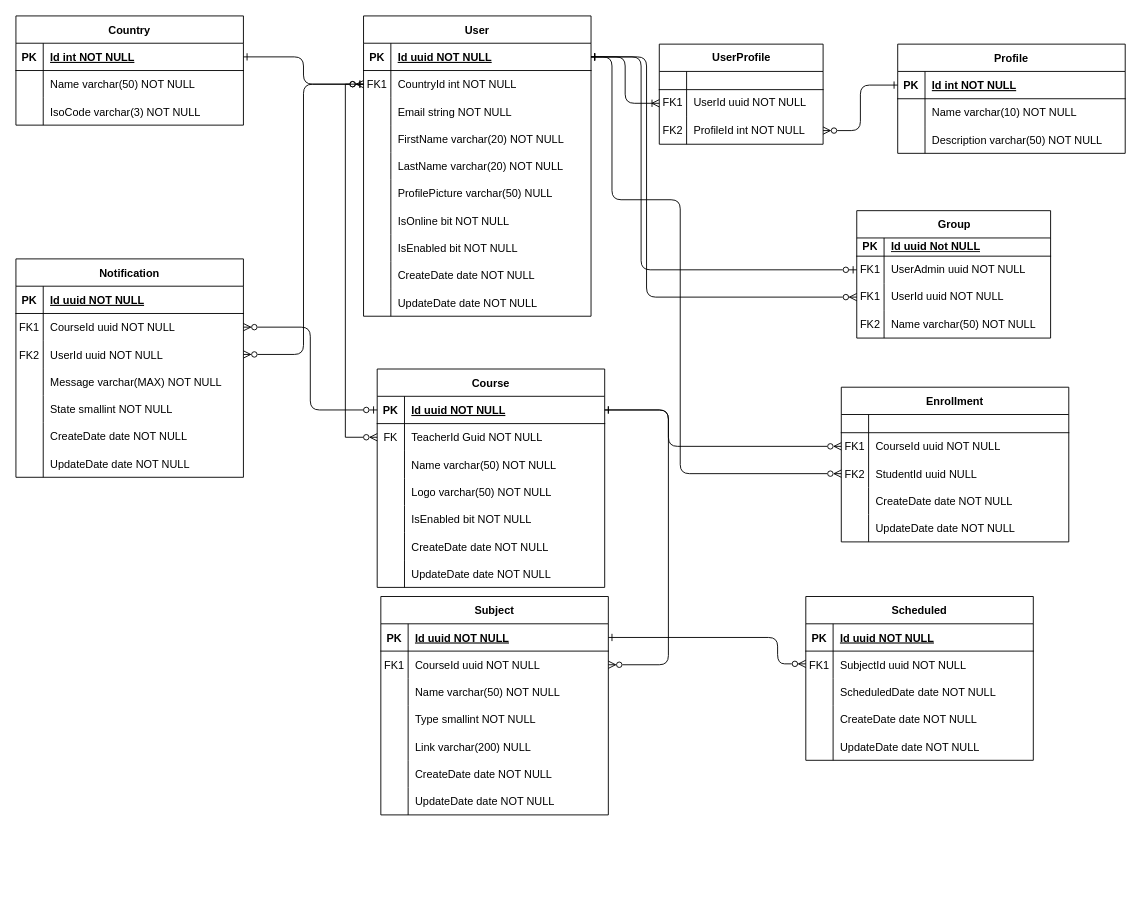
Earlier version of the draw.io diagram StudyFlow Entidad-Relacion.drawio (Jomprate/StudyFlow). Source tidied: cells renumbered, new cells numbered last; positions are measured from the earlier drawing's top-left corner, leaving out a move shared by most shapes. Both pictures are drawn from the tidied source at 91%, with x=0, y=0 at pixel (15, 15).
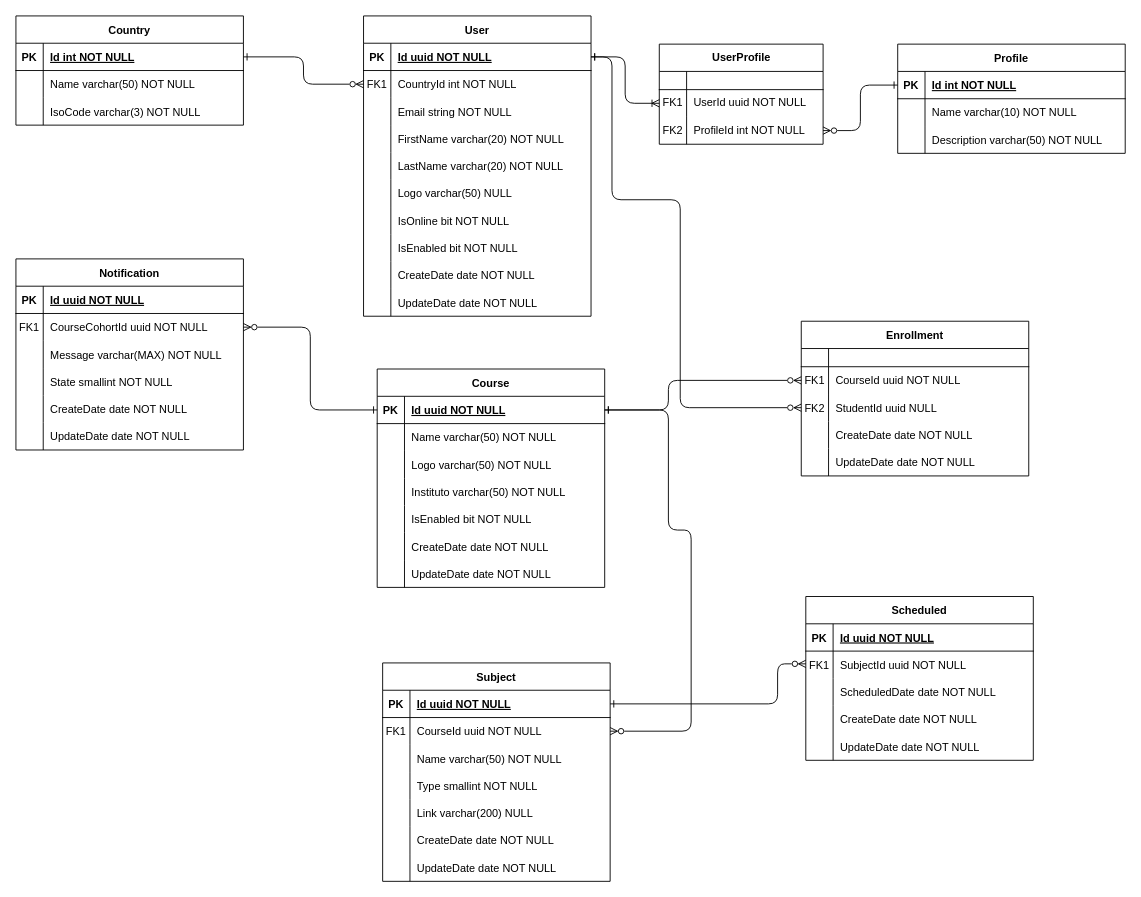
The same page after the edit.

The change refers to these unchanged cells:
```xml
<mxCell id="3" style="shape=partialRectangle;fillColor=none;points=[[0,0.5],[1,0.5]];portConstraint=eastwest;top=0;left=0;right=0;bottom=1;rounded=0;" parent="2" vertex="1">
  <mxGeometry y="30" width="250" height="30" as="geometry" />
</mxCell>
<mxCell id="6" style="shape=partialRectangle;fillColor=none;points=[[0,0.5],[1,0.5]];portConstraint=eastwest;top=0;left=0;right=0;bottom=0;rounded=0;" parent="2" vertex="1">
  <mxGeometry y="60" width="250" height="30" as="geometry" />
</mxCell>
<mxCell id="18" style="shape=partialRectangle;fillColor=none;top=0;left=0;right=0;bottom=0;rounded=0;" parent="2" vertex="1">
  <mxGeometry y="180" width="250" height="30" as="geometry" />
</mxCell>
<mxCell id="47" style="shape=partialRectangle;fillColor=none;points=[[0,0.5],[1,0.5]];portConstraint=eastwest;top=0;left=0;right=0;bottom=0;rounded=0;" parent="43" vertex="1">
  <mxGeometry y="50" width="250" height="30" as="geometry" />
</mxCell>
<mxCell id="50" style="shape=partialRectangle;fillColor=none;points=[[0,0.5],[1,0.5]];portConstraint=eastwest;top=0;left=0;right=0;bottom=0;rounded=0;" parent="43" vertex="1">
  <mxGeometry y="80" width="250" height="30" as="geometry" />
</mxCell>
<mxCell id="60" style="shape=partialRectangle;fillColor=none;points=[[0,0.5],[1,0.5]];portConstraint=eastwest;top=0;left=0;right=0;bottom=1;rounded=0;" parent="59" vertex="1">
  <mxGeometry y="30" width="250" height="30" as="geometry" />
</mxCell>
<mxCell id="63" style="shape=partialRectangle;fillColor=none;points=[[0,0.5],[1,0.5]];portConstraint=eastwest;top=0;left=0;right=0;bottom=0;rounded=0;" parent="59" vertex="1">
  <mxGeometry y="60" width="250" height="30" as="geometry" />
</mxCell>
<mxCell id="85" style="shape=partialRectangle;fillColor=none;points=[[0,0.5],[1,0.5]];portConstraint=eastwest;top=0;left=0;right=0;bottom=0;rounded=0;" parent="81" vertex="1">
  <mxGeometry y="60" width="250" height="30" as="geometry" />
</mxCell>
<mxCell id="97" style="group;rounded=0;" parent="1" vertex="1">
  <mxGeometry y="267" width="250" height="190" as="geometry" />
</mxCell>
<mxCell id="102" style="shape=partialRectangle;fillColor=none;points=[[0,0.5],[1,0.5]];portConstraint=eastwest;top=0;left=0;right=0;bottom=0;rounded=0;" parent="98" vertex="1">
  <mxGeometry y="60" width="250" height="30" as="geometry" />
</mxCell>
<mxCell id="132" value="Course" style="shape=table;startSize=30;childLayout=tableLayout;rowLines=0;fontStyle=1;align=center;rounded=0;" parent="1" vertex="1">
  <mxGeometry x="397" y="388" width="250" height="240" as="geometry" />
</mxCell>
<mxCell id="133" style="shape=partialRectangle;fillColor=none;points=[[0,0.5],[1,0.5]];portConstraint=eastwest;top=0;left=0;right=0;bottom=1;rounded=0;" parent="132" vertex="1">
  <mxGeometry y="30" width="250" height="30" as="geometry" />
</mxCell>
<mxCell id="136" style="shape=partialRectangle;fillColor=none;points=[[0,0.5],[1,0.5]];portConstraint=eastwest;top=0;left=0;right=0;bottom=0;rounded=0;" parent="132" vertex="1">
  <mxGeometry y="60" width="250" height="30" as="geometry" />
</mxCell>
```

The edit, as a diff of the source:
```diff
@@
-    <mxCell id="20" value="ProfilePicture varchar(50) NULL" style="shape=partialRectangle;overflow=hidden;fillColor=none;top=0;left=0;bottom=0;right=0;align=left;spacingLeft=6;rounded=0;" parent="18" vertex="1">
+    <mxCell id="20" value="Logo varchar(50) NULL" style="shape=partialRectangle;overflow=hidden;fillColor=none;top=0;left=0;bottom=0;right=0;align=left;spacingLeft=6;rounded=0;" parent="18" vertex="1">
       <mxGeometry x="30" width="220" height="30" as="geometry" />
     </mxCell>
@@
     <mxCell id="43" value="Enrollment" style="shape=table;startSize=30;childLayout=tableLayout;rowLines=0;fontStyle=1;align=center;rounded=0;" parent="1" vertex="1">
-      <mxGeometry x="907" y="408" width="250" height="170" as="geometry" />
+      <mxGeometry x="863" y="335.5" width="250" height="170" as="geometry" />
     </mxCell>
@@
     <mxCell id="59" value="Subject" style="shape=table;startSize=30;childLayout=tableLayout;rowLines=0;fontStyle=1;align=center;rounded=0;" parent="1" vertex="1">
-      <mxGeometry x="401" y="638" width="250" height="240" as="geometry" />
+      <mxGeometry x="403" y="711" width="250" height="240" as="geometry" />
     </mxCell>
@@
     <mxCell id="98" value="Notification" style="shape=table;startSize=30;childLayout=tableLayout;rowLines=0;fontStyle=1;align=center;rounded=0;" parent="97" vertex="1">
-      <mxGeometry width="250" height="240" as="geometry" />
+      <mxGeometry width="250" height="210" as="geometry" />
     </mxCell>
@@
-    <mxCell id="104" value="CourseId uuid NOT NULL" style="shape=partialRectangle;overflow=hidden;fillColor=none;top=0;left=0;bottom=0;right=0;align=left;spacingLeft=6;rounded=0;" parent="102" vertex="1">
+    <mxCell id="104" value="CourseCohortId uuid NOT NULL" style="shape=partialRectangle;overflow=hidden;fillColor=none;top=0;left=0;bottom=0;right=0;align=left;spacingLeft=6;rounded=0;" parent="102" vertex="1">
       <mxGeometry x="30" width="220" height="30" as="geometry" />
     </mxCell>
-    <mxCell id="105" style="shape=partialRectangle;fillColor=none;points=[[0,0.5],[1,0.5]];portConstraint=eastwest;top=0;left=0;right=0;bottom=0;rounded=0;" parent="98" vertex="1">
-      <mxGeometry y="90" width="250" height="30" as="geometry" />
-    </mxCell>
-    <mxCell id="106" value="FK2" style="shape=partialRectangle;overflow=hidden;fillColor=none;top=0;left=0;bottom=0;right=0;rounded=0;" parent="105" vertex="1">
-      <mxGeometry width="30" height="30" as="geometry" />
-    </mxCell>
-    <mxCell id="107" value="UserId uuid NOT NULL" style="shape=partialRectangle;overflow=hidden;fillColor=none;top=0;left=0;bottom=0;right=0;align=left;spacingLeft=6;rounded=0;" parent="105" vertex="1">
-      <mxGeometry x="30" width="220" height="30" as="geometry" />
-    </mxCell>
     <mxCell id="108" style="shape=partialRectangle;fillColor=none;top=0;left=0;right=0;bottom=0;rounded=0;" parent="98" vertex="1">
-      <mxGeometry y="120" width="250" height="30" as="geometry" />
+      <mxGeometry y="90" width="250" height="30" as="geometry" />
     </mxCell>
@@
     <mxCell id="111" style="shape=partialRectangle;fillColor=none;top=0;left=0;right=0;bottom=0;rounded=0;" parent="98" vertex="1">
-      <mxGeometry y="150" width="250" height="30" as="geometry" />
+      <mxGeometry y="120" width="250" height="30" as="geometry" />
     </mxCell>
@@
     <mxCell id="114" style="shape=partialRectangle;fillColor=none;top=0;left=0;right=0;bottom=0;rounded=0;" parent="98" vertex="1">
-      <mxGeometry y="180" width="250" height="30" as="geometry" />
+      <mxGeometry y="150" width="250" height="30" as="geometry" />
     </mxCell>
@@
     <mxCell id="117" style="shape=partialRectangle;fillColor=none;top=0;left=0;right=0;bottom=0;rounded=0;" parent="98" vertex="1">
-      <mxGeometry y="210" width="250" height="30" as="geometry" />
+      <mxGeometry y="180" width="250" height="30" as="geometry" />
     </mxCell>
@@
     <mxCell id="131" style="edgeStyle=orthogonalEdgeStyle;rounded=1;jettySize=auto;html=1;startArrow=ERzeroToMany;startFill=0;endArrow=ERone;endFill=0;entryX=1;entryY=0.5;entryDx=0;entryDy=0;curved=0;" parent="1" edge="1" source="85" target="60">
       <mxGeometry relative="1" as="geometry">
         <Array as="points">
           <mxPoint x="837" y="712" />
-          <mxPoint x="837" y="683" />
+          <mxPoint x="837" y="756" />
         </Array>
       </mxGeometry>
     </mxCell>
@@
-    <mxCell id="137" value="FK" style="shape=partialRectangle;overflow=hidden;fillColor=none;top=0;left=0;bottom=0;right=0;rounded=0;" parent="136" vertex="1">
+    <mxCell id="137" style="shape=partialRectangle;overflow=hidden;fillColor=none;top=0;left=0;bottom=0;right=0;rounded=0;" parent="136" vertex="1">
       <mxGeometry width="30" height="30" as="geometry" />
     </mxCell>
-    <mxCell id="138" value="TeacherId Guid NOT NULL" style="shape=partialRectangle;overflow=hidden;fillColor=none;top=0;left=0;bottom=0;right=0;align=left;spacingLeft=6;rounded=0;" parent="136" vertex="1">
+    <mxCell id="138" value="Name varchar(50) NOT NULL" style="shape=partialRectangle;overflow=hidden;fillColor=none;top=0;left=0;bottom=0;right=0;align=left;spacingLeft=6;rounded=0;" parent="136" vertex="1">
       <mxGeometry x="30" width="220" height="30" as="geometry" />
     </mxCell>
-    <mxCell id="139" style="shape=partialRectangle;fillColor=none;top=0;left=0;right=0;bottom=0;rounded=0;" parent="132" vertex="1">
-      <mxGeometry y="90" width="250" height="30" as="geometry" />
-    </mxCell>
-    <mxCell id="140" style="shape=partialRectangle;overflow=hidden;fillColor=none;top=0;left=0;bottom=0;right=0;rounded=0;" parent="139" vertex="1">
-      <mxGeometry width="30" height="30" as="geometry" />
-    </mxCell>
-    <mxCell id="141" value="Name varchar(50) NOT NULL" style="shape=partialRectangle;overflow=hidden;fillColor=none;top=0;left=0;bottom=0;right=0;align=left;spacingLeft=6;rounded=0;" parent="139" vertex="1">
-      <mxGeometry x="30" width="220" height="30" as="geometry" />
-    </mxCell>
     <mxCell id="142" style="shape=partialRectangle;fillColor=none;top=0;left=0;right=0;bottom=0;rounded=0;" parent="132" vertex="1">
-      <mxGeometry y="120" width="250" height="30" as="geometry" />
+      <mxGeometry y="90" width="250" height="30" as="geometry" />
     </mxCell>
@@
+    <mxCell id="187" style="shape=partialRectangle;fillColor=none;top=0;left=0;right=0;bottom=0;rounded=0;" parent="132" vertex="1">
+      <mxGeometry y="120" width="250" height="30" as="geometry" />
+    </mxCell>
+    <mxCell id="140" style="shape=partialRectangle;overflow=hidden;fillColor=none;top=0;left=0;bottom=0;right=0;rounded=0;" parent="187" vertex="1">
+      <mxGeometry width="30" height="30" as="geometry" />
+    </mxCell>
+    <mxCell id="188" value="Instituto varchar(50) NOT NULL" style="shape=partialRectangle;overflow=hidden;fillColor=none;top=0;left=0;bottom=0;right=0;align=left;spacingLeft=6;rounded=0;" parent="187" vertex="1">
+      <mxGeometry x="30" width="220" height="30" as="geometry" />
+    </mxCell>
@@
     <mxCell id="154" style="edgeStyle=orthogonalEdgeStyle;rounded=1;jettySize=auto;html=1;exitX=1;exitY=0.5;exitDx=0;exitDy=0;entryX=0;entryY=0.5;entryDx=0;entryDy=0;startArrow=ERone;startFill=0;endArrow=ERzeroToMany;endFill=0;curved=0;" parent="1" edge="1" source="3" target="50">
       <mxGeometry relative="1" as="geometry">
         <Array as="points">
           <mxPoint x="655" y="45" />
           <mxPoint x="655" y="202" />
           <mxPoint x="730" y="202" />
-          <mxPoint x="730" y="503" />
+          <mxPoint x="730" y="431" />
         </Array>
       </mxGeometry>
     </mxCell>
     <mxCell id="155" style="edgeStyle=orthogonalEdgeStyle;rounded=1;jettySize=auto;html=1;exitX=0;exitY=0.5;exitDx=0;exitDy=0;entryX=1;entryY=0.5;entryDx=0;entryDy=0;startArrow=ERzeroToMany;startFill=0;endArrow=ERone;endFill=0;curved=0;" parent="1" edge="1" source="47" target="133">
       <mxGeometry relative="1" as="geometry">
         <Array as="points">
-          <mxPoint x="717" y="473" />
+          <mxPoint x="717" y="400" />
           <mxPoint x="717" y="433" />
         </Array>
       </mxGeometry>
     </mxCell>
     <mxCell id="156" style="edgeStyle=orthogonalEdgeStyle;rounded=1;jettySize=auto;html=1;entryX=1;entryY=0.5;entryDx=0;entryDy=0;startArrow=ERone;startFill=0;endArrow=ERzeroToMany;endFill=0;curved=0;" parent="1" edge="1" source="133" target="63">
       <mxGeometry relative="1" as="geometry">
         <Array as="points">
           <mxPoint x="717" y="433" />
-          <mxPoint x="717" y="713" />
+          <mxPoint x="717" y="565" />
+          <mxPoint x="742" y="565" />
+          <mxPoint x="742" y="786" />
         </Array>
       </mxGeometry>
     </mxCell>
-    <mxCell id="157" style="edgeStyle=orthogonalEdgeStyle;jettySize=auto;html=1;exitX=1;exitY=0.5;exitDx=0;exitDy=0;entryX=0;entryY=0.5;entryDx=0;entryDy=0;startArrow=ERzeroToMany;startFill=0;endArrow=ERzeroToOne;endFill=0;" parent="1" edge="1" source="102" target="133">
+    <mxCell id="157" style="edgeStyle=orthogonalEdgeStyle;jettySize=auto;html=1;exitX=1;exitY=0.5;exitDx=0;exitDy=0;entryX=0;entryY=0.5;entryDx=0;entryDy=0;startArrow=ERzeroToMany;startFill=0;endArrow=ERone;endFill=0;" parent="1" edge="1" source="102" target="133">
       <mxGeometry relative="1" as="geometry" />
     </mxCell>
@@
-    <mxCell id="170" style="edgeStyle=orthogonalEdgeStyle;rounded=0;jettySize=auto;html=1;exitX=0;exitY=0.5;exitDx=0;exitDy=0;entryX=0;entryY=0.5;entryDx=0;entryDy=0;endArrow=ERone;endFill=0;startArrow=ERzeroToMany;startFill=0;" parent="1" edge="1" source="136" target="6">
-      <mxGeometry relative="1" as="geometry" />
-    </mxCell>
-    <mxCell id="171" style="edgeStyle=orthogonalEdgeStyle;rounded=1;jettySize=auto;html=1;entryX=0;entryY=0.5;entryDx=0;entryDy=0;startArrow=ERzeroToMany;startFill=0;endArrow=ERzeroToOne;endFill=0;curved=0;" parent="1" edge="1" source="105" target="6">
-      <mxGeometry relative="1" as="geometry" />
-    </mxCell>
-    <mxCell id="172" value="Group" style="shape=table;startSize=30;childLayout=tableLayout;rowLines=0;fontStyle=1;align=center;html=1;" parent="1" vertex="1">
-      <mxGeometry x="924" y="214" width="213" height="140" as="geometry" />
-    </mxCell>
-    <mxCell id="173" style="shape=tableRow;horizontal=0;startSize=0;swimlaneHead=0;swimlaneBody=0;fillColor=none;top=0;left=0;right=0;bottom=1;" parent="172" vertex="1">
-      <mxGeometry y="30" width="213" height="20" as="geometry" />
-    </mxCell>
-    <mxCell id="174" value="PK" style="shape=partialRectangle;fillColor=none;top=0;left=0;bottom=0;right=0;fontStyle=1;overflow=hidden;whiteSpace=wrap;html=1;" parent="173" vertex="1">
-      <mxGeometry width="30" height="20" as="geometry" />
-    </mxCell>
-    <mxCell id="175" value="Id uuid Not NULL" style="shape=partialRectangle;fillColor=none;top=0;left=0;bottom=0;right=0;align=left;spacingLeft=6;fontStyle=5;overflow=hidden;whiteSpace=wrap;html=1;" parent="173" vertex="1">
-      <mxGeometry x="30" width="183" height="20" as="geometry" />
-    </mxCell>
-    <mxCell id="176" style="shape=tableRow;horizontal=0;startSize=0;swimlaneHead=0;swimlaneBody=0;fillColor=none;points=[[0,0.5],[1,0.5]];portConstraint=eastwest;top=0;left=0;right=0;bottom=0;" parent="172" vertex="1">
-      <mxGeometry y="50" width="213" height="30" as="geometry" />
-    </mxCell>
-    <mxCell id="177" value="FK1" style="shape=partialRectangle;fillColor=none;top=0;left=0;bottom=0;right=0;overflow=hidden;whiteSpace=wrap;html=1;" parent="176" vertex="1">
-      <mxGeometry width="30" height="30" as="geometry" />
-    </mxCell>
-    <mxCell id="178" value="UserAdmin uuid NOT NULL" style="shape=partialRectangle;fillColor=none;top=0;left=0;bottom=0;right=0;align=left;spacingLeft=6;overflow=hidden;whiteSpace=wrap;html=1;" parent="176" vertex="1">
-      <mxGeometry x="30" width="183" height="30" as="geometry" />
-    </mxCell>
-    <mxCell id="179" style="shape=tableRow;horizontal=0;startSize=0;swimlaneHead=0;swimlaneBody=0;fillColor=none;points=[[0,0.5],[1,0.5]];portConstraint=eastwest;top=0;left=0;right=0;bottom=0;" parent="172" vertex="1">
-      <mxGeometry y="80" width="213" height="30" as="geometry" />
-    </mxCell>
-    <mxCell id="180" value="FK1" style="shape=partialRectangle;fillColor=none;top=0;left=0;bottom=0;right=0;overflow=hidden;whiteSpace=wrap;html=1;" parent="179" vertex="1">
-      <mxGeometry width="30" height="30" as="geometry" />
-    </mxCell>
-    <mxCell id="181" value="UserId uuid NOT NULL" style="shape=partialRectangle;fillColor=none;top=0;left=0;bottom=0;right=0;align=left;spacingLeft=6;overflow=hidden;whiteSpace=wrap;html=1;" parent="179" vertex="1">
-      <mxGeometry x="30" width="183" height="30" as="geometry" />
-    </mxCell>
-    <mxCell id="182" style="shape=tableRow;horizontal=0;startSize=0;swimlaneHead=0;swimlaneBody=0;fillColor=none;top=0;left=0;right=0;bottom=0;" parent="172" vertex="1">
-      <mxGeometry y="110" width="213" height="30" as="geometry" />
-    </mxCell>
-    <mxCell id="183" value="FK2" style="shape=partialRectangle;fillColor=none;top=0;left=0;bottom=0;right=0;overflow=hidden;whiteSpace=wrap;html=1;" parent="182" vertex="1">
-      <mxGeometry width="30" height="30" as="geometry" />
-    </mxCell>
-    <mxCell id="184" value="Name varchar(50) NOT NULL" style="shape=partialRectangle;fillColor=none;top=0;left=0;bottom=0;right=0;align=left;spacingLeft=6;overflow=hidden;whiteSpace=wrap;html=1;" parent="182" vertex="1">
-      <mxGeometry x="30" width="183" height="30" as="geometry" />
-    </mxCell>
-    <mxCell id="185" style="edgeStyle=orthogonalEdgeStyle;rounded=1;jettySize=auto;html=1;exitX=0;exitY=0.5;exitDx=0;exitDy=0;entryX=1;entryY=0.5;entryDx=0;entryDy=0;curved=0;startArrow=ERzeroToOne;startFill=0;endArrow=ERone;endFill=0;" parent="1" edge="1" source="176" target="3">
-      <mxGeometry relative="1" as="geometry">
-        <Array as="points">
-          <mxPoint x="687" y="279" />
-          <mxPoint x="687" y="45" />
-        </Array>
-      </mxGeometry>
-    </mxCell>
-    <mxCell id="186" style="edgeStyle=orthogonalEdgeStyle;rounded=1;jettySize=auto;html=1;exitX=0;exitY=0.5;exitDx=0;exitDy=0;entryX=1;entryY=0.5;entryDx=0;entryDy=0;curved=0;startArrow=ERzeroToMany;startFill=0;endArrow=ERone;endFill=0;" parent="1" edge="1" source="179" target="3">
-      <mxGeometry relative="1" as="geometry">
-        <Array as="points">
-          <mxPoint x="693" y="309" />
-          <mxPoint x="693" y="45" />
-        </Array>
-      </mxGeometry>
-    </mxCell>
```
